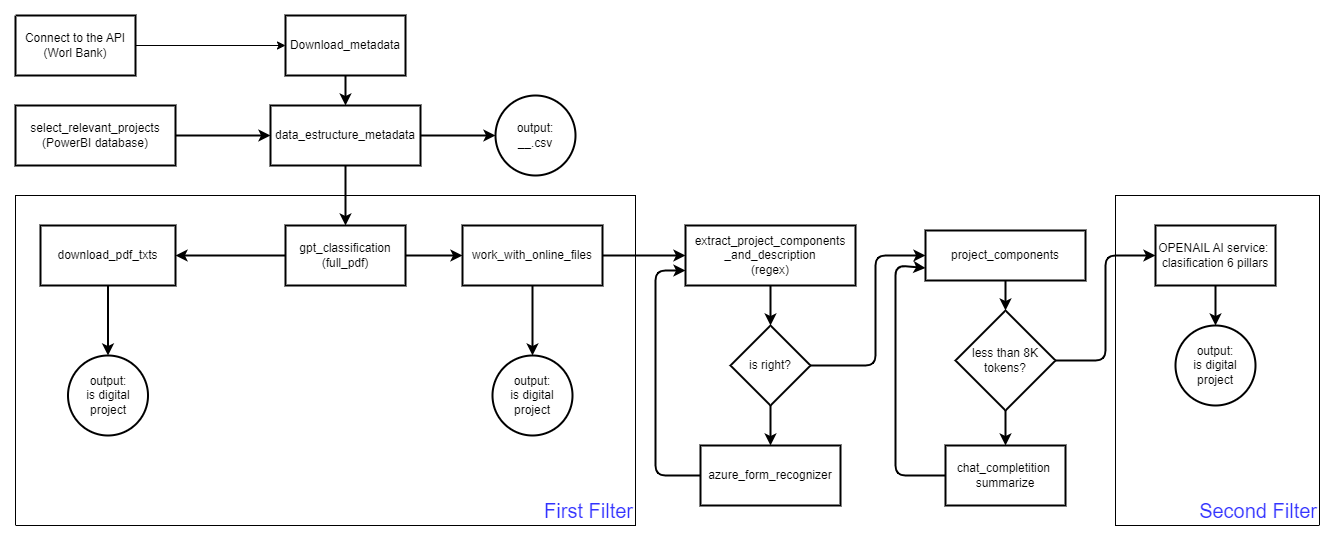
Above: figs/digital_projects.png in alexanderquispe/DigitalPillarAI (draw.io), before the change. Source tidied: cells renumbered, new cells last; positions are measured from the earlier drawing's top-left corner, leaving out a move shared by most shapes.
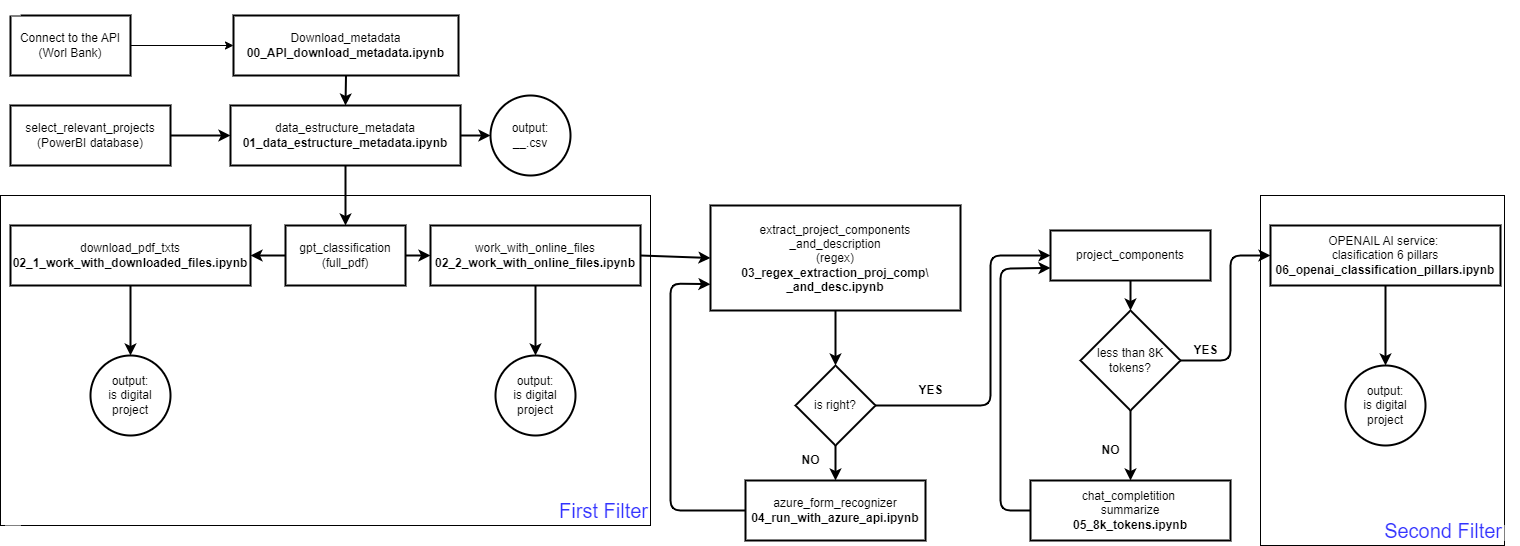
The same diagram one commit later.

The edit, as a diff of the source:
```diff
@@ -3,22 +3,22 @@
     <mxCell id="0" />
     <mxCell id="1" parent="0" />
     <mxCell id="2" value="&lt;font color=&quot;#3333ff&quot;&gt;Second Filter&lt;/font&gt;" style="whiteSpace=wrap;html=1;strokeColor=#000000;strokeWidth=1;fontColor=#000000;fillColor=#FFFFFF;gradientColor=none;align=right;verticalAlign=bottom;fontSize=20;" parent="1" vertex="1">
-      <mxGeometry x="1115" y="195" width="204" height="330" as="geometry" />
+      <mxGeometry x="1255" y="195" width="244" height="350" as="geometry" />
     </mxCell>
     <mxCell id="3" value="First Filter" style="whiteSpace=wrap;html=1;strokeColor=#000000;strokeWidth=1;fontColor=#3333FF;fillColor=#FFFFFF;verticalAlign=bottom;align=right;fontSize=20;" parent="1" vertex="1">
-      <mxGeometry x="15" y="195" width="620" height="330" as="geometry" />
+      <mxGeometry x="-5" y="195" width="650" height="330" as="geometry" />
     </mxCell>
     <mxCell id="4" style="edgeStyle=none;html=1;exitX=1;exitY=0.5;exitDx=0;exitDy=0;entryX=0;entryY=0.5;entryDx=0;entryDy=0;strokeColor=#000000;strokeWidth=1;fontColor=#000000;" parent="1" edge="1" source="5" target="37">
       <mxGeometry relative="1" as="geometry" />
     </mxCell>
     <mxCell id="5" value="Connect to the API&lt;br&gt;(Worl Bank)" style="whiteSpace=wrap;html=1;fillColor=#FFFFFF;strokeColor=#000000;strokeWidth=2;fontColor=#000000;" parent="1" vertex="1">
-      <mxGeometry x="15" y="15" width="120" height="60" as="geometry" />
+      <mxGeometry x="5" y="15" width="120" height="60" as="geometry" />
     </mxCell>
     <mxCell id="6" style="edgeStyle=none;html=1;exitX=1;exitY=0.5;exitDx=0;exitDy=0;entryX=0;entryY=0.5;entryDx=0;entryDy=0;strokeColor=#000000;strokeWidth=2;fontColor=#000000;" parent="1" edge="1" source="7" target="11">
       <mxGeometry relative="1" as="geometry" />
     </mxCell>
     <mxCell id="7" value="select_relevant_projects&lt;br&gt;(PowerBI database)" style="whiteSpace=wrap;html=1;strokeColor=#000000;strokeWidth=2;fontColor=#000000;fillColor=#FFFFFF;" parent="1" vertex="1">
-      <mxGeometry x="15" y="105" width="160" height="60" as="geometry" />
+      <mxGeometry x="5" y="105" width="160" height="60" as="geometry" />
     </mxCell>
     <mxCell id="8" style="edgeStyle=none;html=1;exitX=1;exitY=0.5;exitDx=0;exitDy=0;entryX=0;entryY=0.5;entryDx=0;entryDy=0;strokeColor=#000000;fontColor=#000000;spacing=2;strokeWidth=2;" parent="1" edge="1" source="11" target="12">
       <mxGeometry relative="1" as="geometry" />
@@ -29,23 +29,23 @@
     <mxCell id="10" style="edgeStyle=none;html=1;exitX=1;exitY=0.5;exitDx=0;exitDy=0;entryX=0;entryY=0.5;entryDx=0;entryDy=0;strokeColor=#000000;strokeWidth=2;fontColor=#000000;" parent="1" edge="1" source="39" target="19">
       <mxGeometry relative="1" as="geometry" />
     </mxCell>
-    <mxCell id="11" value="data_estructure_metadata" style="whiteSpace=wrap;html=1;strokeColor=#000000;strokeWidth=2;fontColor=#000000;fillColor=#FFFFFF;" parent="1" vertex="1">
-      <mxGeometry x="270" y="105" width="150" height="60" as="geometry" />
+    <mxCell id="11" value="data_estructure_metadata&lt;br&gt;&lt;b&gt;01_data_estructure_metadata.ipynb&lt;/b&gt;" style="whiteSpace=wrap;html=1;strokeColor=#000000;strokeWidth=2;fontColor=#000000;fillColor=#FFFFFF;" parent="1" vertex="1">
+      <mxGeometry x="225" y="105" width="230" height="60" as="geometry" />
     </mxCell>
     <mxCell id="12" value="output:&lt;br&gt;__.csv" style="ellipse;whiteSpace=wrap;html=1;strokeColor=#000000;strokeWidth=2;fontColor=#000000;fillColor=#FFFFFF;" parent="1" vertex="1">
-      <mxGeometry x="495" y="95" width="80" height="80" as="geometry" />
+      <mxGeometry x="485" y="95" width="80" height="80" as="geometry" />
     </mxCell>
     <mxCell id="13" style="edgeStyle=none;html=1;exitX=0.5;exitY=1;exitDx=0;exitDy=0;entryX=0.5;entryY=0;entryDx=0;entryDy=0;strokeColor=#000000;strokeWidth=2;fontColor=#000000;" parent="1" edge="1" source="14" target="15">
       <mxGeometry relative="1" as="geometry" />
     </mxCell>
-    <mxCell id="14" value="download_pdf_txts" style="whiteSpace=wrap;html=1;strokeColor=#000000;strokeWidth=2;fontColor=#000000;fillColor=#FFFFFF;" parent="1" vertex="1">
-      <mxGeometry x="40" y="225" width="135" height="60" as="geometry" />
+    <mxCell id="14" value="download_pdf_txts&lt;br&gt;&lt;b&gt;02_1_work_with_downloaded_files.ipynb&lt;/b&gt;" style="whiteSpace=wrap;html=1;strokeColor=#000000;strokeWidth=2;fontColor=#000000;fillColor=#FFFFFF;" parent="1" vertex="1">
+      <mxGeometry x="5" y="225" width="240" height="60" as="geometry" />
     </mxCell>
     <mxCell id="15" value="output:&lt;br&gt;is digital project" style="ellipse;whiteSpace=wrap;html=1;strokeColor=#000000;strokeWidth=2;fontColor=#000000;fillColor=#FFFFFF;" parent="1" vertex="1">
-      <mxGeometry x="67.5" y="355" width="80" height="80" as="geometry" />
+      <mxGeometry x="85" y="355" width="80" height="80" as="geometry" />
     </mxCell>
     <mxCell id="16" value="output:&lt;br&gt;is digital project" style="ellipse;whiteSpace=wrap;html=1;strokeColor=#000000;strokeWidth=2;fontColor=#000000;fillColor=#FFFFFF;" parent="1" vertex="1">
-      <mxGeometry x="492" y="355" width="80" height="80" as="geometry" />
+      <mxGeometry x="490" y="355" width="80" height="80" as="geometry" />
     </mxCell>
     <mxCell id="17" style="edgeStyle=none;html=1;exitX=0.5;exitY=1;exitDx=0;exitDy=0;entryX=0.5;entryY=0;entryDx=0;entryDy=0;strokeColor=#000000;strokeWidth=2;fontColor=#000000;" parent="1" edge="1" source="19" target="16">
       <mxGeometry relative="1" as="geometry" />
@@ -53,14 +53,14 @@
     <mxCell id="18" style="edgeStyle=none;html=1;exitX=1;exitY=0.5;exitDx=0;exitDy=0;entryX=0;entryY=0.5;entryDx=0;entryDy=0;strokeColor=#000000;strokeWidth=2;fontColor=#000000;" parent="1" edge="1" source="19" target="21">
       <mxGeometry relative="1" as="geometry" />
     </mxCell>
-    <mxCell id="19" value="work_with_online_files" style="whiteSpace=wrap;html=1;strokeColor=#000000;strokeWidth=2;fontColor=#000000;fillColor=#FFFFFF;gradientColor=none;" parent="1" vertex="1">
-      <mxGeometry x="462" y="225" width="140" height="60" as="geometry" />
+    <mxCell id="19" value="work_with_online_files&lt;br&gt;&lt;b&gt;02_2_work_with_online_files.ipynb&lt;/b&gt;" style="whiteSpace=wrap;html=1;strokeColor=#000000;strokeWidth=2;fontColor=#000000;fillColor=#FFFFFF;gradientColor=none;" parent="1" vertex="1">
+      <mxGeometry x="425" y="225" width="210" height="60" as="geometry" />
     </mxCell>
     <mxCell id="20" style="edgeStyle=none;html=1;exitX=0.5;exitY=1;exitDx=0;exitDy=0;entryX=0.5;entryY=0;entryDx=0;entryDy=0;strokeColor=#000000;strokeWidth=2;fontColor=#000000;" parent="1" edge="1" source="21" target="24">
       <mxGeometry relative="1" as="geometry" />
     </mxCell>
-    <mxCell id="21" value="extract_project_components&lt;br&gt;_and_description&lt;br&gt;(regex)" style="whiteSpace=wrap;html=1;strokeColor=#000000;strokeWidth=2;fontColor=#000000;fillColor=#FFFFFF;" parent="1" vertex="1">
-      <mxGeometry x="685" y="225" width="170" height="60" as="geometry" />
+    <mxCell id="21" value="extract_project_components&lt;br&gt;_and_description&lt;br&gt;(regex)&lt;br&gt;&lt;b&gt;03_regex_extraction_proj_comp\&lt;br&gt;_and_desc.ipynb&lt;br&gt;&lt;/b&gt;" style="whiteSpace=wrap;html=1;strokeColor=#000000;strokeWidth=2;fontColor=#000000;fillColor=#FFFFFF;" parent="1" vertex="1">
+      <mxGeometry x="705" y="205" width="250" height="105" as="geometry" />
     </mxCell>
     <mxCell id="22" style="edgeStyle=none;html=1;exitX=0.5;exitY=1;exitDx=0;exitDy=0;entryX=0.5;entryY=0;entryDx=0;entryDy=0;strokeColor=#000000;strokeWidth=2;fontColor=#000000;" parent="1" edge="1" source="24" target="26">
       <mxGeometry relative="1" as="geometry" />
@@ -68,30 +68,30 @@
     <mxCell id="23" style="edgeStyle=none;html=1;exitX=1;exitY=0.5;exitDx=0;exitDy=0;strokeColor=#000000;strokeWidth=2;fontColor=#000000;entryX=0;entryY=0.5;entryDx=0;entryDy=0;" parent="1" edge="1" source="24" target="28">
       <mxGeometry relative="1" as="geometry">
         <Array as="points">
-          <mxPoint x="875" y="365" />
-          <mxPoint x="875" y="255" />
+          <mxPoint x="985" y="405" />
+          <mxPoint x="985" y="255" />
         </Array>
       </mxGeometry>
     </mxCell>
     <mxCell id="24" value="is right?" style="rhombus;whiteSpace=wrap;html=1;strokeColor=#000000;strokeWidth=2;fontColor=#000000;fillColor=#FFFFFF;" parent="1" vertex="1">
-      <mxGeometry x="730" y="325" width="80" height="80" as="geometry" />
+      <mxGeometry x="790" y="365" width="80" height="80" as="geometry" />
     </mxCell>
     <mxCell id="25" style="edgeStyle=none;html=1;exitX=0;exitY=0.5;exitDx=0;exitDy=0;entryX=0;entryY=0.75;entryDx=0;entryDy=0;strokeColor=#000000;strokeWidth=2;fontColor=#000000;" parent="1" edge="1" source="26" target="21">
       <mxGeometry relative="1" as="geometry">
         <Array as="points">
-          <mxPoint x="655" y="475" />
-          <mxPoint x="655" y="270" />
+          <mxPoint x="665" y="510" />
+          <mxPoint x="665" y="283" />
         </Array>
       </mxGeometry>
     </mxCell>
-    <mxCell id="26" value="azure_form_recognizer" style="whiteSpace=wrap;html=1;strokeColor=#000000;strokeWidth=2;fontColor=#000000;fillColor=#FFFFFF;" parent="1" vertex="1">
-      <mxGeometry x="700" y="445" width="140" height="60" as="geometry" />
+    <mxCell id="26" value="azure_form_recognizer&lt;br&gt;&lt;b&gt;04_run_with_azure_api.ipynb&lt;/b&gt;" style="whiteSpace=wrap;html=1;strokeColor=#000000;strokeWidth=2;fontColor=#000000;fillColor=#FFFFFF;" parent="1" vertex="1">
+      <mxGeometry x="740" y="480" width="180" height="60" as="geometry" />
     </mxCell>
     <mxCell id="27" style="edgeStyle=none;html=1;exitX=0.5;exitY=1;exitDx=0;exitDy=0;entryX=0.5;entryY=0;entryDx=0;entryDy=0;strokeColor=#000000;strokeWidth=2;fontColor=#000000;" parent="1" edge="1" source="28" target="31">
       <mxGeometry relative="1" as="geometry" />
     </mxCell>
     <mxCell id="28" value="project_components" style="whiteSpace=wrap;html=1;strokeColor=#000000;strokeWidth=2;fontColor=#000000;fillColor=#FFFFFF;" parent="1" vertex="1">
-      <mxGeometry x="925" y="230" width="160" height="50" as="geometry" />
+      <mxGeometry x="1045" y="230" width="160" height="50" as="geometry" />
     </mxCell>
     <mxCell id="29" style="edgeStyle=none;html=1;exitX=0.5;exitY=1;exitDx=0;exitDy=0;entryX=0.5;entryY=0;entryDx=0;entryDy=0;strokeColor=#000000;strokeWidth=2;fontColor=#000000;" parent="1" edge="1" source="31" target="33">
       <mxGeometry relative="1" as="geometry" />
@@ -99,48 +99,48 @@
     <mxCell id="30" style="edgeStyle=none;html=1;exitX=1;exitY=0.5;exitDx=0;exitDy=0;entryX=0;entryY=0.5;entryDx=0;entryDy=0;strokeColor=#000000;strokeWidth=2;fontColor=#000000;" parent="1" edge="1" source="31" target="35">
       <mxGeometry relative="1" as="geometry">
         <Array as="points">
-          <mxPoint x="1105" y="360" />
-          <mxPoint x="1105" y="255" />
+          <mxPoint x="1225" y="360" />
+          <mxPoint x="1225" y="255" />
         </Array>
       </mxGeometry>
     </mxCell>
     <mxCell id="31" value="less than 8K tokens?" style="rhombus;whiteSpace=wrap;html=1;strokeColor=#000000;strokeWidth=2;fontColor=#000000;fillColor=#FFFFFF;" parent="1" vertex="1">
-      <mxGeometry x="955" y="310" width="100" height="100" as="geometry" />
+      <mxGeometry x="1075" y="310" width="100" height="100" as="geometry" />
     </mxCell>
     <mxCell id="32" style="edgeStyle=none;html=1;exitX=0;exitY=0.5;exitDx=0;exitDy=0;entryX=0;entryY=0.75;entryDx=0;entryDy=0;strokeColor=#000000;strokeWidth=2;fontColor=#000000;" parent="1" edge="1" source="33" target="28">
       <mxGeometry relative="1" as="geometry">
         <Array as="points">
-          <mxPoint x="895" y="475" />
-          <mxPoint x="895" y="265" />
+          <mxPoint x="995" y="510" />
+          <mxPoint x="995" y="268" />
         </Array>
       </mxGeometry>
     </mxCell>
-    <mxCell id="33" value="chat_completition&amp;nbsp;&lt;br&gt;summarize" style="whiteSpace=wrap;html=1;strokeColor=#000000;strokeWidth=2;fontColor=#000000;fillColor=#FFFFFF;" parent="1" vertex="1">
-      <mxGeometry x="945" y="445" width="120" height="60" as="geometry" />
+    <mxCell id="33" value="chat_completition&amp;nbsp;&lt;br&gt;summarize&lt;br&gt;&lt;b&gt;05_8k_tokens.ipynb&lt;/b&gt;" style="whiteSpace=wrap;html=1;strokeColor=#000000;strokeWidth=2;fontColor=#000000;fillColor=#FFFFFF;" parent="1" vertex="1">
+      <mxGeometry x="1025" y="480" width="200" height="60" as="geometry" />
     </mxCell>
     <mxCell id="34" style="edgeStyle=none;html=1;exitX=0.5;exitY=1;exitDx=0;exitDy=0;entryX=0.5;entryY=0;entryDx=0;entryDy=0;strokeColor=#000000;strokeWidth=2;fontSize=20;fontColor=#3333FF;" parent="1" edge="1" source="35" target="40">
       <mxGeometry relative="1" as="geometry" />
     </mxCell>
-    <mxCell id="35" value="OPENAIL AI service:&amp;nbsp;&lt;br&gt;clasification 6 pillars" style="whiteSpace=wrap;html=1;strokeColor=#000000;strokeWidth=2;fontColor=#000000;fillColor=#FFFFFF;" parent="1" vertex="1">
-      <mxGeometry x="1155" y="225" width="120" height="60" as="geometry" />
+    <mxCell id="35" value="OPENAIL AI service:&amp;nbsp;&lt;br&gt;clasification 6 pillars&lt;br&gt;&lt;b&gt;06_openai_classification_pillars.ipynb&lt;/b&gt;" style="whiteSpace=wrap;html=1;strokeColor=#000000;strokeWidth=2;fontColor=#000000;fillColor=#FFFFFF;" parent="1" vertex="1">
+      <mxGeometry x="1265" y="225" width="230" height="60" as="geometry" />
     </mxCell>
     <mxCell id="36" style="edgeStyle=none;html=1;exitX=0.5;exitY=1;exitDx=0;exitDy=0;entryX=0.5;entryY=0;entryDx=0;entryDy=0;strokeColor=#000000;strokeWidth=2;fontColor=#000000;" parent="1" edge="1" source="37" target="11">
       <mxGeometry relative="1" as="geometry" />
     </mxCell>
-    <mxCell id="37" value="Download_metadata" style="whiteSpace=wrap;html=1;strokeColor=#000000;strokeWidth=2;fontColor=#000000;fillColor=#FFFFFF;" parent="1" vertex="1">
-      <mxGeometry x="285" y="15" width="120" height="60" as="geometry" />
+    <mxCell id="37" value="Download_metadata&lt;br&gt;&lt;b&gt;00_API_download_metadata.ipynb&lt;/b&gt;" style="whiteSpace=wrap;html=1;strokeColor=#000000;strokeWidth=2;fontColor=#000000;fillColor=#FFFFFF;" parent="1" vertex="1">
+      <mxGeometry x="228" y="15" width="225" height="60" as="geometry" />
     </mxCell>
     <mxCell id="38" style="edgeStyle=none;html=1;exitX=0;exitY=0.5;exitDx=0;exitDy=0;entryX=1;entryY=0.5;entryDx=0;entryDy=0;strokeColor=#000000;strokeWidth=2;fontColor=#000000;" parent="1" edge="1" source="39" target="14">
       <mxGeometry relative="1" as="geometry" />
     </mxCell>
     <mxCell id="39" value="gpt_classification (full_pdf)" style="whiteSpace=wrap;html=1;strokeColor=#000000;strokeWidth=2;fontColor=#000000;fillColor=#FFFFFF;" parent="1" vertex="1">
-      <mxGeometry x="285" y="225" width="120" height="60" as="geometry" />
+      <mxGeometry x="280" y="225" width="120" height="60" as="geometry" />
     </mxCell>
     <mxCell id="40" value="output:&lt;br&gt;is digital project" style="ellipse;whiteSpace=wrap;html=1;strokeColor=#000000;strokeWidth=2;fontColor=#000000;fillColor=#FFFFFF;" parent="1" vertex="1">
-      <mxGeometry x="1175" y="325" width="80" height="80" as="geometry" />
+      <mxGeometry x="1340" y="365" width="80" height="80" as="geometry" />
     </mxCell>
     <mxCell id="41" style="whiteSpace=wrap;html=1;strokeColor=none;strokeWidth=1;fontSize=20;fontColor=#333333;fillColor=#FFFFFF;" parent="1" vertex="1">
-      <mxGeometry x="1319" y="525" width="15" height="15" as="geometry" />
+      <mxGeometry x="1499" y="525" width="15" height="15" as="geometry" />
     </mxCell>
     <mxCell id="42" style="whiteSpace=wrap;html=1;strokeColor=none;strokeWidth=1;fontSize=20;fontColor=#333333;fillColor=#FFFFFF;" parent="1" vertex="1">
       <mxGeometry y="525" width="15" height="15" as="geometry" />
@@ -148,5 +148,17 @@
     <mxCell id="43" style="whiteSpace=wrap;html=1;strokeColor=none;strokeWidth=1;fontSize=20;fontColor=#333333;fillColor=#FFFFFF;" parent="1" vertex="1">
       <mxGeometry width="15" height="15" as="geometry" />
     </mxCell>
+    <mxCell id="44" value="&lt;font color=&quot;#000000&quot;&gt;&lt;b&gt;NO&lt;/b&gt;&lt;/font&gt;" style="text;html=1;align=center;verticalAlign=middle;strokeColor=none;fillColor=none;" parent="1" vertex="1">
+      <mxGeometry x="785" y="445" width="40" height="30" as="geometry" />
+    </mxCell>
+    <mxCell id="45" value="&lt;font color=&quot;#000000&quot;&gt;&lt;b&gt;NO&lt;/b&gt;&lt;/font&gt;" style="text;html=1;align=center;verticalAlign=middle;strokeColor=none;fillColor=none;" parent="1" vertex="1">
+      <mxGeometry x="1085" y="435" width="40" height="30" as="geometry" />
+    </mxCell>
+    <mxCell id="46" value="&lt;font color=&quot;#000000&quot;&gt;&lt;b&gt;YES&lt;/b&gt;&lt;/font&gt;" style="text;html=1;align=center;verticalAlign=middle;strokeColor=none;fillColor=none;" parent="1" vertex="1">
+      <mxGeometry x="900" y="375" width="50" height="30" as="geometry" />
+    </mxCell>
+    <mxCell id="47" value="&lt;font color=&quot;#000000&quot;&gt;&lt;b&gt;YES&lt;/b&gt;&lt;/font&gt;" style="text;html=1;align=center;verticalAlign=middle;strokeColor=none;fillColor=none;" parent="1" vertex="1">
+      <mxGeometry x="1175" y="335" width="50" height="30" as="geometry" />
+    </mxCell>
   </root>
 </mxGraphModel>
```
